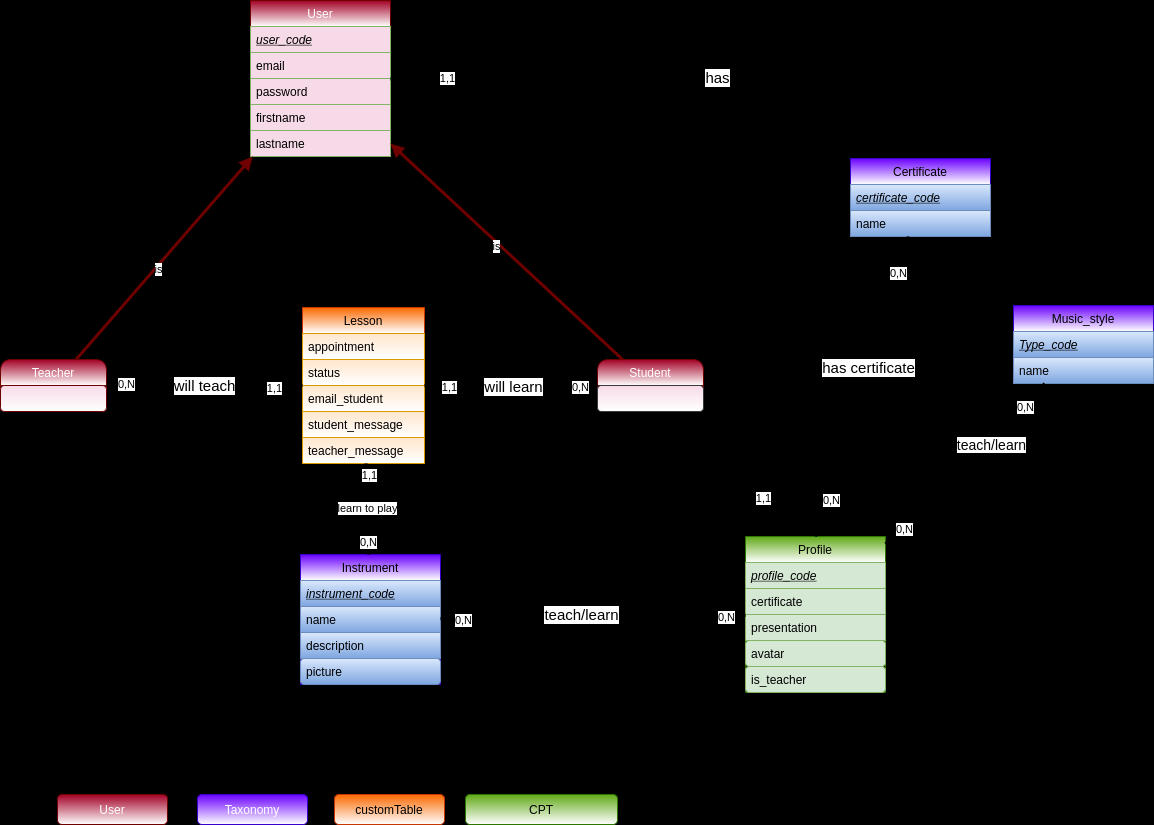
Earlier version of the draw.io export _documentation/mcd.drawio.png (Brewalan74/InstrumentalForMe). Source tidied: cells renumbered, new cells last; positions are measured from the earlier drawing's top-left corner, leaving out a move shared by most shapes. The source it was exported from:
```xml
<mxGraphModel background="#000000">
  <root>
    <mxCell id="0" />
    <mxCell id="1" parent="0" />
    <mxCell id="2" value="Instrument" style="swimlane;fontStyle=0;horizontal=1;startSize=26;fillColor=#6a00ff;strokeColor=#3700CC;fontColor=#000000;rounded=0;gradientColor=#ffffff;" parent="1" vertex="1">
      <mxGeometry x="300" y="554" width="140" height="130" as="geometry" />
    </mxCell>
    <mxCell id="3" value="instrument_code" style="text;strokeColor=#6c8ebf;fillColor=#dae8fc;align=left;verticalAlign=top;spacingLeft=4;spacingRight=4;overflow=hidden;gradientColor=#7ea6e0;fontColor=#000000;fontStyle=6;" parent="2" vertex="1">
      <mxGeometry y="26" width="140" height="26" as="geometry" />
    </mxCell>
    <mxCell id="4" value="name" style="text;strokeColor=#6c8ebf;fillColor=#dae8fc;align=left;verticalAlign=top;spacingLeft=4;spacingRight=4;overflow=hidden;gradientColor=#7ea6e0;fontColor=#000000;" parent="2" vertex="1">
      <mxGeometry y="52" width="140" height="26" as="geometry" />
    </mxCell>
    <mxCell id="5" value="description" style="text;strokeColor=#6c8ebf;fillColor=#dae8fc;align=left;verticalAlign=top;spacingLeft=4;spacingRight=4;overflow=hidden;gradientColor=#7ea6e0;fontColor=#000000;" parent="2" vertex="1">
      <mxGeometry y="78" width="140" height="26" as="geometry" />
    </mxCell>
    <mxCell id="6" value="picture" style="text;strokeColor=#6c8ebf;fillColor=#dae8fc;align=left;verticalAlign=top;spacingLeft=4;spacingRight=4;overflow=hidden;gradientColor=#7ea6e0;fontColor=#000000;rounded=1;" parent="2" vertex="1">
      <mxGeometry y="104" width="140" height="26" as="geometry" />
    </mxCell>
    <mxCell id="7" value="User" style="swimlane;fontStyle=0;horizontal=1;startSize=26;fillColor=#a20025;strokeColor=#6F0000;fontColor=#ffffff;rounded=0;gradientColor=#ffffff;" parent="1" vertex="1">
      <mxGeometry x="250" width="140" height="156" as="geometry" />
    </mxCell>
    <mxCell id="8" value="user_code" style="text;strokeColor=#82b366;align=left;verticalAlign=top;spacingLeft=4;spacingRight=4;overflow=hidden;fontColor=#000000;fontStyle=6;fillColor=#F7DAE7;" parent="7" vertex="1">
      <mxGeometry y="26" width="140" height="26" as="geometry" />
    </mxCell>
    <mxCell id="9" value="email" style="text;strokeColor=#82b366;align=left;verticalAlign=top;spacingLeft=4;spacingRight=4;overflow=hidden;fontColor=#000000;fillColor=#F7DAE7;" parent="7" vertex="1">
      <mxGeometry y="52" width="140" height="26" as="geometry" />
    </mxCell>
    <mxCell id="10" value="password" style="text;strokeColor=#82b366;align=left;verticalAlign=top;spacingLeft=4;spacingRight=4;overflow=hidden;fontColor=#000000;fillColor=#F7DAE7;" parent="7" vertex="1">
      <mxGeometry y="78" width="140" height="26" as="geometry" />
    </mxCell>
    <mxCell id="11" value="firstname" style="text;strokeColor=#82b366;align=left;verticalAlign=top;spacingLeft=4;spacingRight=4;overflow=hidden;fontColor=#000000;fillColor=#F7DAE7;" parent="7" vertex="1">
      <mxGeometry y="104" width="140" height="26" as="geometry" />
    </mxCell>
    <mxCell id="12" value="lastname" style="text;strokeColor=#82b366;align=left;verticalAlign=top;spacingLeft=4;spacingRight=4;overflow=hidden;fontColor=#000000;fillColor=#F7DAE7;" parent="7" vertex="1">
      <mxGeometry y="130" width="140" height="26" as="geometry" />
    </mxCell>
    <mxCell id="13" value="User" style="rounded=1;whiteSpace=wrap;html=1;fillColor=#a20025;strokeColor=#6F0000;fontColor=#ffffff;gradientColor=#ffffff;" parent="1" vertex="1">
      <mxGeometry x="57" y="794" width="110" height="30" as="geometry" />
    </mxCell>
    <mxCell id="14" value="Taxonomy" style="rounded=1;whiteSpace=wrap;html=1;fillColor=#6a00ff;strokeColor=#3700CC;fontColor=#ffffff;gradientColor=#ffffff;" parent="1" vertex="1">
      <mxGeometry x="197" y="794" width="110" height="30" as="geometry" />
    </mxCell>
    <mxCell id="15" value="customTable" style="rounded=1;whiteSpace=wrap;html=1;fillColor=#fa6800;strokeColor=#C73500;fontColor=#000000;gradientColor=#ffffff;" parent="1" vertex="1">
      <mxGeometry x="334" y="794" width="110" height="30" as="geometry" />
    </mxCell>
    <mxCell id="16" value="&lt;i&gt;&lt;u&gt;MCD Instrumental For Me&lt;/u&gt;&lt;/i&gt;" style="text;strokeColor=none;fillColor=none;html=1;fontSize=24;fontStyle=1;verticalAlign=middle;align=center;" parent="1" vertex="1">
      <mxGeometry x="761" y="16" width="100" height="40" as="geometry" />
    </mxCell>
    <mxCell id="17" value="Lesson" style="swimlane;fontStyle=0;horizontal=1;startSize=26;rounded=0;fillColor=#fa6800;strokeColor=#C73500;fontColor=#000000;gradientColor=#ffffff;" parent="1" vertex="1">
      <mxGeometry x="302" y="307" width="122" height="156" as="geometry" />
    </mxCell>
    <mxCell id="18" value="appointment" style="text;strokeColor=#d79b00;fillColor=#ffe6cc;align=left;verticalAlign=top;spacingLeft=4;spacingRight=4;overflow=hidden;fontColor=#000000;gradientColor=#ffffff;" parent="17" vertex="1">
      <mxGeometry y="26" width="122" height="26" as="geometry" />
    </mxCell>
    <mxCell id="19" value="status" style="text;strokeColor=#d79b00;fillColor=#ffe6cc;align=left;verticalAlign=top;spacingLeft=4;spacingRight=4;overflow=hidden;fontColor=#000000;gradientColor=#ffffff;" parent="17" vertex="1">
      <mxGeometry y="52" width="122" height="26" as="geometry" />
    </mxCell>
    <mxCell id="20" value="email_student" style="text;strokeColor=#d79b00;fillColor=#ffe6cc;align=left;verticalAlign=top;spacingLeft=4;spacingRight=4;overflow=hidden;fontColor=#000000;gradientColor=#ffffff;" parent="17" vertex="1">
      <mxGeometry y="78" width="122" height="26" as="geometry" />
    </mxCell>
    <mxCell id="21" value="student_message" style="text;strokeColor=#d79b00;fillColor=#ffe6cc;align=left;verticalAlign=top;spacingLeft=4;spacingRight=4;overflow=hidden;fontColor=#000000;gradientColor=#ffffff;" parent="17" vertex="1">
      <mxGeometry y="104" width="122" height="26" as="geometry" />
    </mxCell>
    <mxCell id="22" value="teacher_message" style="text;strokeColor=#d79b00;fillColor=#ffe6cc;align=left;verticalAlign=top;spacingLeft=4;spacingRight=4;overflow=hidden;fontColor=#000000;gradientColor=#ffffff;" parent="17" vertex="1">
      <mxGeometry y="130" width="122" height="26" as="geometry" />
    </mxCell>
    <mxCell id="23" value="&lt;font color=&quot;#000000&quot;&gt;CPT&lt;br&gt;&lt;/font&gt;" style="rounded=1;whiteSpace=wrap;html=1;fillColor=#60a917;strokeColor=#2D7600;fontColor=#ffffff;gradientColor=#ffffff;" parent="1" vertex="1">
      <mxGeometry x="465" y="794" width="152" height="30" as="geometry" />
    </mxCell>
    <mxCell id="24" value="Student" style="swimlane;fontStyle=0;horizontal=1;startSize=26;fillColor=#a20025;strokeColor=#6F0000;rounded=1;fontColor=#ffffff;gradientColor=#ffffff;" parent="1" vertex="1">
      <mxGeometry x="597" y="359" width="106" height="52" as="geometry" />
    </mxCell>
    <mxCell id="25" style="text;strokeColor=#36393d;align=left;verticalAlign=top;spacingLeft=4;spacingRight=4;overflow=hidden;fontColor=#000000;gradientColor=#ffffff;rounded=1;fillColor=#F7DAE7;" parent="24" vertex="1">
      <mxGeometry y="26" width="106" height="26" as="geometry" />
    </mxCell>
    <mxCell id="26" value="Teacher" style="swimlane;fontStyle=0;horizontal=1;startSize=26;fillColor=#a20025;strokeColor=#6F0000;rounded=1;fontColor=#ffffff;gradientColor=#ffffff;" parent="1" vertex="1">
      <mxGeometry y="359" width="106" height="52" as="geometry" />
    </mxCell>
    <mxCell id="27" style="text;strokeColor=#6F0000;align=left;verticalAlign=top;spacingLeft=4;spacingRight=4;overflow=hidden;fontColor=#ffffff;rounded=1;gradientColor=#ffffff;fillColor=#F7DAE7;" parent="26" vertex="1">
      <mxGeometry y="26" width="106" height="26" as="geometry" />
    </mxCell>
    <mxCell id="28" value="Profile" style="swimlane;fontStyle=0;horizontal=1;startSize=26;fillColor=#60a917;strokeColor=#2D7600;fontColor=#000000;rounded=0;gradientColor=#ffffff;" parent="1" vertex="1">
      <mxGeometry x="745" y="536" width="140" height="156" as="geometry" />
    </mxCell>
    <mxCell id="29" value="profile_code" style="text;strokeColor=#82b366;fillColor=#d5e8d4;align=left;verticalAlign=top;spacingLeft=4;spacingRight=4;overflow=hidden;fontColor=#000000;fontStyle=6;" parent="28" vertex="1">
      <mxGeometry y="26" width="140" height="26" as="geometry" />
    </mxCell>
    <mxCell id="30" value="certificate" style="text;strokeColor=#82b366;fillColor=#d5e8d4;align=left;verticalAlign=top;spacingLeft=4;spacingRight=4;overflow=hidden;fontColor=#000000;" parent="28" vertex="1">
      <mxGeometry y="52" width="140" height="26" as="geometry" />
    </mxCell>
    <mxCell id="31" value="presentation" style="text;strokeColor=#82b366;fillColor=#d5e8d4;align=left;verticalAlign=top;spacingLeft=4;spacingRight=4;overflow=hidden;fontColor=#000000;" parent="28" vertex="1">
      <mxGeometry y="78" width="140" height="26" as="geometry" />
    </mxCell>
    <mxCell id="32" value="avatar" style="text;strokeColor=#82b366;fillColor=#d5e8d4;align=left;verticalAlign=top;spacingLeft=4;spacingRight=4;overflow=hidden;fontColor=#000000;rounded=1;" parent="28" vertex="1">
      <mxGeometry y="104" width="140" height="26" as="geometry" />
    </mxCell>
    <mxCell id="33" value="is_teacher" style="text;strokeColor=#82b366;fillColor=#d5e8d4;align=left;verticalAlign=top;spacingLeft=4;spacingRight=4;overflow=hidden;fontColor=#000000;rounded=1;" parent="28" vertex="1">
      <mxGeometry y="130" width="140" height="26" as="geometry" />
    </mxCell>
    <mxCell id="34" style="endArrow=block;html=1;endFill=1;strokeWidth=3;fillColor=#a20025;strokeColor=#6F0000;" parent="1" edge="1" source="26" target="7">
      <mxGeometry relative="1" as="geometry" />
    </mxCell>
    <mxCell id="35" value="is" style="edgeLabel;html=1;align=center;verticalAlign=middle;" parent="34" vertex="1">
      <mxGeometry x="-0.09" y="-3" relative="1" as="geometry" />
    </mxCell>
    <mxCell id="36" style="endArrow=block;html=1;endFill=1;strokeWidth=3;fillColor=#a20025;strokeColor=#6F0000;" parent="1" edge="1" source="24" target="7">
      <mxGeometry relative="1" as="geometry" />
    </mxCell>
    <mxCell id="37" value="is" style="edgeLabel;html=1;align=center;verticalAlign=middle;" parent="36" vertex="1">
      <mxGeometry x="0.07" y="2" relative="1" as="geometry">
        <mxPoint x="-1" as="offset" />
      </mxGeometry>
    </mxCell>
    <mxCell id="38" style="endArrow=none;html=1;strokeWidth=3;exitX=0.117;exitY=-0.019;exitDx=0;exitDy=0;exitPerimeter=0;" parent="1" edge="1" source="28" target="7">
      <mxGeometry relative="1" as="geometry">
        <Array as="points">
          <mxPoint x="754" y="80" />
        </Array>
      </mxGeometry>
    </mxCell>
    <mxCell id="39" value="&lt;font style=&quot;font-size: 15px&quot;&gt;has&lt;/font&gt;" style="edgeLabel;html=1;align=center;verticalAlign=middle;" parent="38" vertex="1">
      <mxGeometry x="-0.09" y="-2" relative="1" as="geometry">
        <mxPoint x="-41" y="-83" as="offset" />
      </mxGeometry>
    </mxCell>
    <mxCell id="40" value="1,1" style="edgeLabel;html=1;align=center;verticalAlign=middle;" parent="38" vertex="1">
      <mxGeometry x="0.86" y="-1" relative="1" as="geometry" />
    </mxCell>
    <mxCell id="41" value="1,1" style="edgeLabel;html=1;align=center;verticalAlign=middle;" parent="38" vertex="1">
      <mxGeometry x="-0.92" y="-2" relative="1" as="geometry" />
    </mxCell>
    <mxCell id="42" value="&lt;font style=&quot;font-size: 15px&quot;&gt;will teach&lt;/font&gt;" style="endArrow=none;html=1;strokeWidth=3;" parent="1" edge="1" source="26" target="17">
      <mxGeometry relative="1" as="geometry" />
    </mxCell>
    <mxCell id="43" value="0,N" style="edgeLabel;html=1;align=center;verticalAlign=middle;" parent="42" vertex="1">
      <mxGeometry x="-0.8" y="1" relative="1" as="geometry" />
    </mxCell>
    <mxCell id="44" value="1,1" style="edgeLabel;html=1;align=center;verticalAlign=middle;" parent="42" vertex="1">
      <mxGeometry x="0.71" y="-3" relative="1" as="geometry" />
    </mxCell>
    <mxCell id="45" style="endArrow=none;html=1;strokeWidth=3;" parent="1" edge="1" source="17" target="24">
      <mxGeometry relative="1" as="geometry" />
    </mxCell>
    <mxCell id="46" value="&lt;font style=&quot;font-size: 15px&quot;&gt;will learn&lt;/font&gt;" style="edgeLabel;html=1;align=center;verticalAlign=middle;" parent="45" vertex="1">
      <mxGeometry x="0.2" y="-3" relative="1" as="geometry">
        <mxPoint x="-15" y="-2" as="offset" />
      </mxGeometry>
    </mxCell>
    <mxCell id="47" value="1,1" style="edgeLabel;html=1;align=center;verticalAlign=middle;" parent="45" vertex="1">
      <mxGeometry x="-0.71" y="-2" relative="1" as="geometry" />
    </mxCell>
    <mxCell id="48" value="0,N" style="edgeLabel;html=1;align=center;verticalAlign=middle;" parent="45" vertex="1">
      <mxGeometry x="0.8" y="-2" relative="1" as="geometry" />
    </mxCell>
    <mxCell id="49" value="learn to play" style="endArrow=none;html=1;strokeWidth=3;" parent="1" edge="1" source="2" target="17">
      <mxGeometry relative="1" as="geometry" />
    </mxCell>
    <mxCell id="50" value="0,N" style="edgeLabel;html=1;align=center;verticalAlign=middle;" parent="49" vertex="1">
      <mxGeometry x="-0.73" relative="1" as="geometry" />
    </mxCell>
    <mxCell id="51" value="1,1" style="edgeLabel;html=1;align=center;verticalAlign=middle;" parent="49" vertex="1">
      <mxGeometry x="0.73" y="-3" relative="1" as="geometry" />
    </mxCell>
    <mxCell id="52" value="Certificate" style="swimlane;fontStyle=0;horizontal=1;startSize=26;fillColor=#6a00ff;strokeColor=#3700CC;fontColor=#000000;rounded=0;gradientColor=#ffffff;" parent="1" vertex="1">
      <mxGeometry x="850" y="158" width="140" height="78" as="geometry" />
    </mxCell>
    <mxCell id="53" value="certificate_code" style="text;strokeColor=#6c8ebf;fillColor=#dae8fc;align=left;verticalAlign=top;spacingLeft=4;spacingRight=4;overflow=hidden;gradientColor=#7ea6e0;fontColor=#000000;fontStyle=6;" parent="52" vertex="1">
      <mxGeometry y="26" width="140" height="26" as="geometry" />
    </mxCell>
    <mxCell id="54" value="name" style="text;strokeColor=#6c8ebf;fillColor=#dae8fc;align=left;verticalAlign=top;spacingLeft=4;spacingRight=4;overflow=hidden;gradientColor=#7ea6e0;fontColor=#000000;" parent="52" vertex="1">
      <mxGeometry y="52" width="140" height="26" as="geometry" />
    </mxCell>
    <mxCell id="55" value="Music_style" style="swimlane;fontStyle=0;horizontal=1;startSize=26;fillColor=#6a00ff;strokeColor=#3700CC;fontColor=#000000;rounded=0;gradientColor=#ffffff;" parent="1" vertex="1">
      <mxGeometry x="1013" y="305" width="140" height="78" as="geometry" />
    </mxCell>
    <mxCell id="56" value="Type_code" style="text;strokeColor=#6c8ebf;fillColor=#dae8fc;align=left;verticalAlign=top;spacingLeft=4;spacingRight=4;overflow=hidden;gradientColor=#7ea6e0;fontColor=#000000;fontStyle=6;" parent="55" vertex="1">
      <mxGeometry y="26" width="140" height="26" as="geometry" />
    </mxCell>
    <mxCell id="57" value="name" style="text;strokeColor=#6c8ebf;fillColor=#dae8fc;align=left;verticalAlign=top;spacingLeft=4;spacingRight=4;overflow=hidden;gradientColor=#7ea6e0;fontColor=#000000;" parent="55" vertex="1">
      <mxGeometry y="52" width="140" height="26" as="geometry" />
    </mxCell>
    <mxCell id="58" style="endArrow=none;html=1;strokeWidth=3;" parent="1" edge="1" source="55" target="28">
      <mxGeometry relative="1" as="geometry" />
    </mxCell>
    <mxCell id="59" value="&lt;font style=&quot;font-size: 14px&quot;&gt;teach/learn&lt;/font&gt;" style="edgeLabel;html=1;align=center;verticalAlign=middle;" parent="58" vertex="1">
      <mxGeometry x="-0.28" y="5" relative="1" as="geometry" />
    </mxCell>
    <mxCell id="60" value="0,N" style="edgeLabel;html=1;align=center;verticalAlign=middle;" parent="58" vertex="1">
      <mxGeometry x="-0.73" y="3" relative="1" as="geometry" />
    </mxCell>
    <mxCell id="61" value="0,N" style="edgeLabel;html=1;align=center;verticalAlign=middle;" parent="58" vertex="1">
      <mxGeometry x="0.8" y="3" relative="1" as="geometry" />
    </mxCell>
    <mxCell id="62" style="endArrow=none;html=1;strokeWidth=3;" parent="1" edge="1" source="2" target="28">
      <mxGeometry relative="1" as="geometry" />
    </mxCell>
    <mxCell id="63" value="&lt;font style=&quot;font-size: 15px&quot;&gt;teach/learn&lt;/font&gt;" style="edgeLabel;html=1;align=center;verticalAlign=middle;" parent="62" vertex="1">
      <mxGeometry x="-0.14" y="-3" relative="1" as="geometry">
        <mxPoint x="10" y="-6" as="offset" />
      </mxGeometry>
    </mxCell>
    <mxCell id="64" value="0,N" style="edgeLabel;html=1;align=center;verticalAlign=middle;" parent="62" vertex="1">
      <mxGeometry x="0.87" y="-2" relative="1" as="geometry" />
    </mxCell>
    <mxCell id="65" value="0,N" style="edgeLabel;html=1;align=center;verticalAlign=middle;" parent="62" vertex="1">
      <mxGeometry x="-0.85" y="-2" relative="1" as="geometry" />
    </mxCell>
    <mxCell id="66" style="endArrow=none;html=1;strokeWidth=3;endSize=3;exitX=0.5;exitY=0;exitDx=0;exitDy=0;" parent="1" edge="1" source="28" target="52">
      <mxGeometry relative="1" as="geometry" />
    </mxCell>
    <mxCell id="67" value="&lt;font style=&quot;font-size: 15px&quot;&gt;has certificate&lt;/font&gt;" style="edgeLabel;html=1;align=center;verticalAlign=middle;" parent="66" vertex="1">
      <mxGeometry x="0.13" relative="1" as="geometry" />
    </mxCell>
    <mxCell id="68" value="0,N" style="edgeLabel;html=1;align=center;verticalAlign=middle;" parent="66" vertex="1">
      <mxGeometry x="-0.71" y="-2" relative="1" as="geometry">
        <mxPoint y="7" as="offset" />
      </mxGeometry>
    </mxCell>
    <mxCell id="69" value="0,N" style="edgeLabel;html=1;align=center;verticalAlign=middle;" parent="66" vertex="1">
      <mxGeometry x="0.76" y="-2" relative="1" as="geometry">
        <mxPoint x="-1" as="offset" />
      </mxGeometry>
    </mxCell>
  </root>
</mxGraphModel>
```
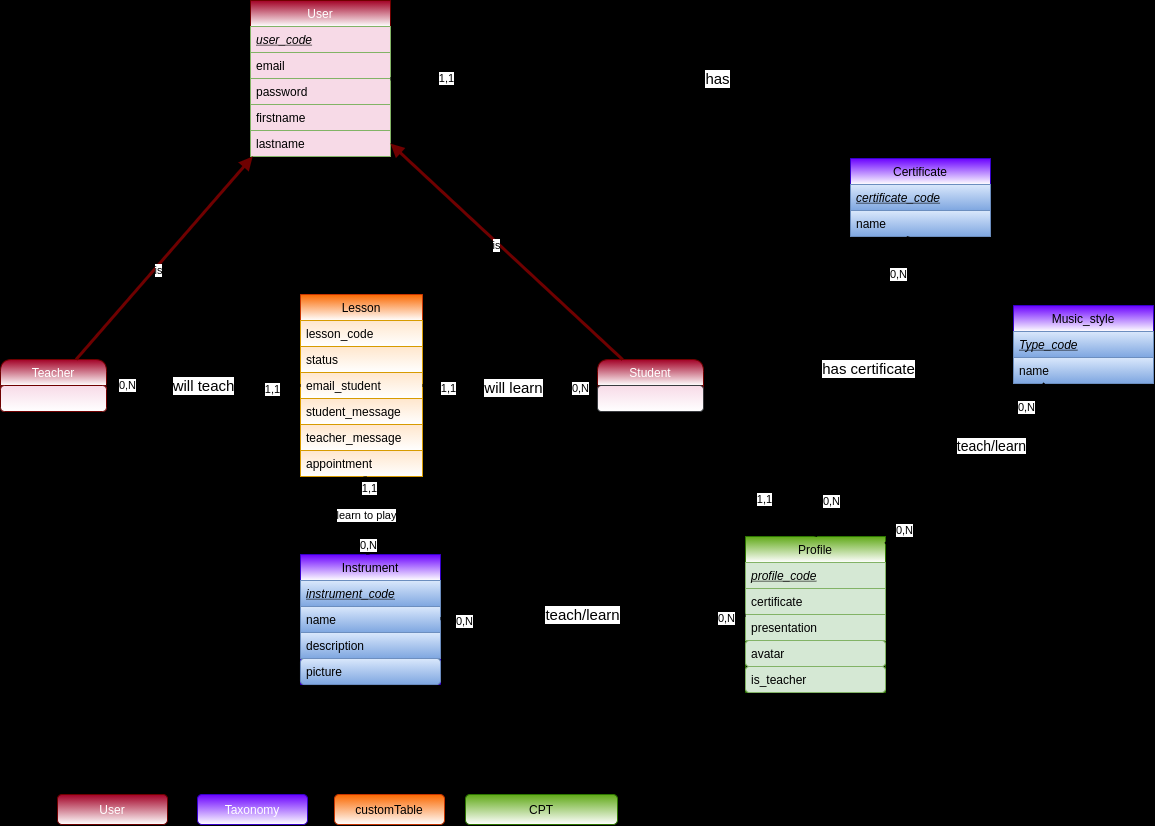
The same file after the commit.

Change to the diagram source:
```diff
@@ -48,9 +48,9 @@
       <mxGeometry x="761" y="16" width="100" height="40" as="geometry" />
     </mxCell>
     <mxCell id="17" value="Lesson" style="swimlane;fontStyle=0;horizontal=1;startSize=26;rounded=0;fillColor=#fa6800;strokeColor=#C73500;fontColor=#000000;gradientColor=#ffffff;" parent="1" vertex="1">
-      <mxGeometry x="302" y="307" width="122" height="156" as="geometry" />
+      <mxGeometry x="300" y="294" width="122" height="182" as="geometry" />
     </mxCell>
-    <mxCell id="18" value="appointment" style="text;strokeColor=#d79b00;fillColor=#ffe6cc;align=left;verticalAlign=top;spacingLeft=4;spacingRight=4;overflow=hidden;fontColor=#000000;gradientColor=#ffffff;" parent="17" vertex="1">
+    <mxCell id="18" value="lesson_code" style="text;strokeColor=#d79b00;fillColor=#ffe6cc;align=left;verticalAlign=top;spacingLeft=4;spacingRight=4;overflow=hidden;fontColor=#000000;gradientColor=#ffffff;" parent="17" vertex="1">
       <mxGeometry y="26" width="122" height="26" as="geometry" />
     </mxCell>
     <mxCell id="19" value="status" style="text;strokeColor=#d79b00;fillColor=#ffe6cc;align=left;verticalAlign=top;spacingLeft=4;spacingRight=4;overflow=hidden;fontColor=#000000;gradientColor=#ffffff;" parent="17" vertex="1">
@@ -65,6 +65,9 @@
     <mxCell id="22" value="teacher_message" style="text;strokeColor=#d79b00;fillColor=#ffe6cc;align=left;verticalAlign=top;spacingLeft=4;spacingRight=4;overflow=hidden;fontColor=#000000;gradientColor=#ffffff;" parent="17" vertex="1">
       <mxGeometry y="130" width="122" height="26" as="geometry" />
     </mxCell>
+    <mxCell id="70" value="appointment" style="text;strokeColor=#d79b00;fillColor=#ffe6cc;align=left;verticalAlign=top;spacingLeft=4;spacingRight=4;overflow=hidden;fontColor=#000000;gradientColor=#ffffff;" parent="17" vertex="1">
+      <mxGeometry y="156" width="122" height="26" as="geometry" />
+    </mxCell>
     <mxCell id="23" value="&lt;font color=&quot;#000000&quot;&gt;CPT&lt;br&gt;&lt;/font&gt;" style="rounded=1;whiteSpace=wrap;html=1;fillColor=#60a917;strokeColor=#2D7600;fontColor=#ffffff;gradientColor=#ffffff;" parent="1" vertex="1">
       <mxGeometry x="465" y="794" width="152" height="30" as="geometry" />
     </mxCell>
```
